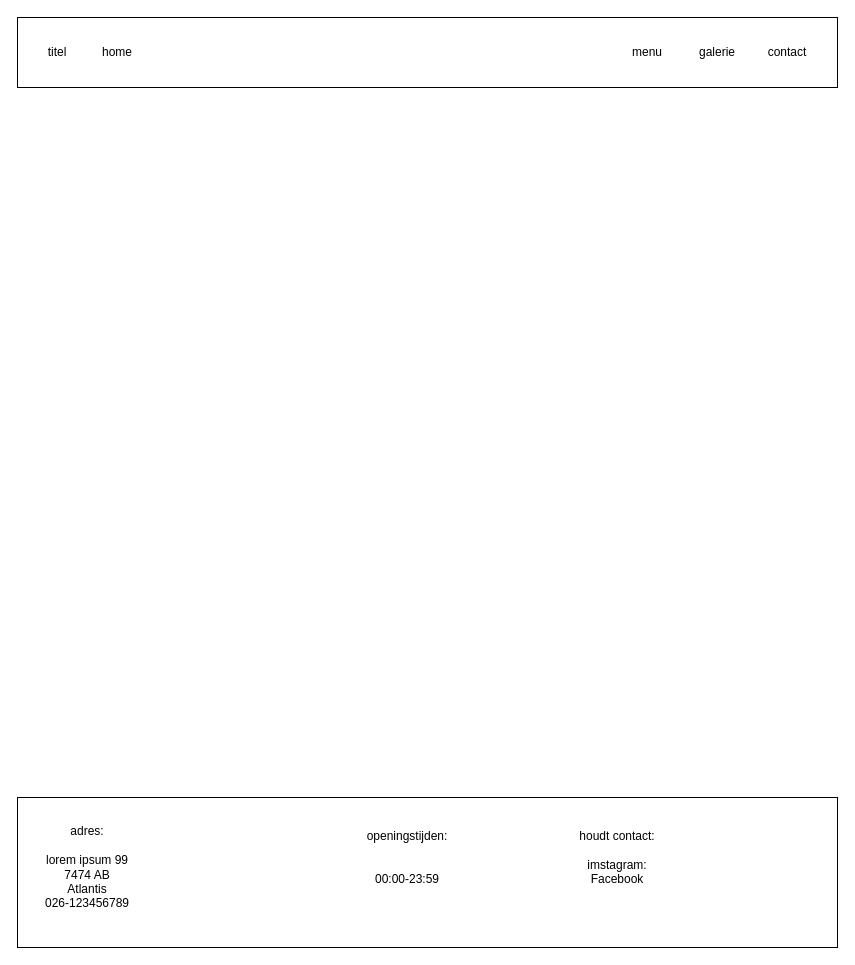
Yonaki51/webapplicatie-1-restaurant-website keeps this draw.io diagram as page "galerie" (3 of 4) of website-design.drawio. Above is the earlier version. Source tidied: cells renumbered, new cells numbered last; positions are measured from the earlier drawing's top-left corner, leaving out a move shared by most shapes. Both pictures are drawn from the tidied source at 100%, with x=0, y=0 at pixel (17, 17).
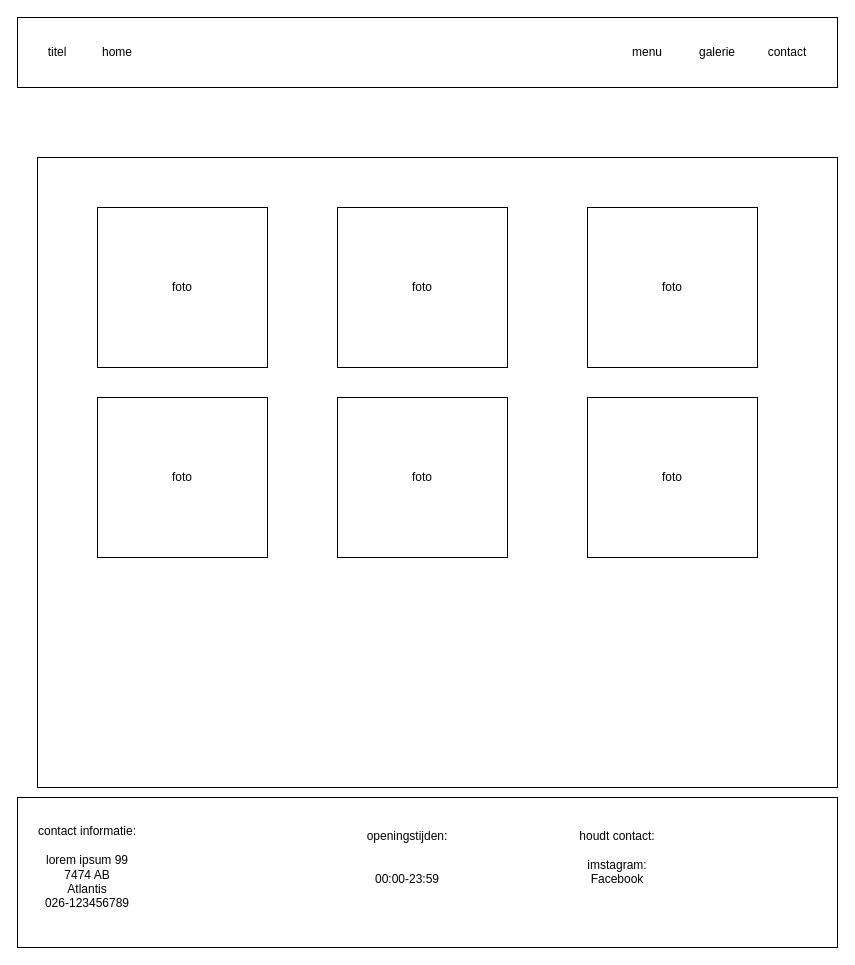
The same page after the edit.

The edit, as a diff of the source:
```diff
@@
 <mxGraphModel>
   <root>
     <mxCell id="0" />
     <mxCell id="1" parent="0" />
     <mxCell id="2" style="rounded=0;whiteSpace=wrap;html=1;" parent="1" vertex="1">
       <mxGeometry width="820" height="70" as="geometry" />
     </mxCell>
     <mxCell id="3" value="home" style="text;html=1;whiteSpace=wrap;strokeColor=none;fillColor=none;align=center;verticalAlign=middle;rounded=0;" parent="1" vertex="1">
       <mxGeometry x="70" y="20" width="60" height="30" as="geometry" />
     </mxCell>
     <mxCell id="4" value="menu" style="text;html=1;whiteSpace=wrap;strokeColor=none;fillColor=none;align=center;verticalAlign=middle;rounded=0;" parent="1" vertex="1">
       <mxGeometry x="600" y="20" width="60" height="30" as="geometry" />
     </mxCell>
     <mxCell id="5" value="galerie" style="text;html=1;whiteSpace=wrap;strokeColor=none;fillColor=none;align=center;verticalAlign=middle;rounded=0;" parent="1" vertex="1">
       <mxGeometry x="670" y="20" width="60" height="30" as="geometry" />
     </mxCell>
     <mxCell id="6" value="contact" style="text;html=1;whiteSpace=wrap;strokeColor=none;fillColor=none;align=center;verticalAlign=middle;rounded=0;" parent="1" vertex="1">
       <mxGeometry x="740" y="20" width="60" height="30" as="geometry" />
     </mxCell>
     <mxCell id="7" value="titel" style="text;html=1;whiteSpace=wrap;strokeColor=none;fillColor=none;align=center;verticalAlign=middle;rounded=0;" parent="1" vertex="1">
       <mxGeometry x="10" y="20" width="60" height="30" as="geometry" />
     </mxCell>
     <mxCell id="8" style="rounded=0;whiteSpace=wrap;html=1;" parent="1" vertex="1">
       <mxGeometry y="780" width="820" height="150" as="geometry" />
     </mxCell>
-    <mxCell id="9" value="adres:&lt;br&gt;&lt;br&gt;lorem ipsum 99&lt;br&gt;7474 AB&lt;br&gt;Atlantis&lt;br&gt;026-123456789" style="text;html=1;align=center;verticalAlign=middle;whiteSpace=wrap;rounded=0;" parent="1" vertex="1">
+    <mxCell id="9" value="contact informatie:&lt;br&gt;&lt;br&gt;lorem ipsum 99&lt;br&gt;7474 AB&lt;br&gt;Atlantis&lt;br&gt;026-123456789" style="text;html=1;align=center;verticalAlign=middle;whiteSpace=wrap;rounded=0;" parent="1" vertex="1">
       <mxGeometry x="10" y="820" width="120" height="60" as="geometry" />
     </mxCell>
     <mxCell id="10" value="openingstijden:&lt;br&gt;&lt;br&gt;&lt;br&gt;00:00-23:59" style="text;html=1;align=center;verticalAlign=middle;whiteSpace=wrap;rounded=0;" parent="1" vertex="1">
       <mxGeometry x="330" y="800" width="120" height="80" as="geometry" />
     </mxCell>
     <mxCell id="11" value="houdt contact:&lt;br&gt;&lt;br&gt;imstagram:&lt;br&gt;Facebook" style="text;html=1;align=center;verticalAlign=middle;whiteSpace=wrap;rounded=0;" parent="1" vertex="1">
       <mxGeometry x="560" y="820" width="80" height="40" as="geometry" />
     </mxCell>
+    <mxCell id="12" style="rounded=0;whiteSpace=wrap;html=1;" parent="1" vertex="1">
+      <mxGeometry x="20" y="140" width="800" height="630" as="geometry" />
+    </mxCell>
+    <mxCell id="13" value="foto" style="rounded=0;whiteSpace=wrap;html=1;" parent="1" vertex="1">
+      <mxGeometry x="80" y="190" width="170" height="160" as="geometry" />
+    </mxCell>
+    <mxCell id="14" value="foto" style="rounded=0;whiteSpace=wrap;html=1;" parent="1" vertex="1">
+      <mxGeometry x="570" y="380" width="170" height="160" as="geometry" />
+    </mxCell>
+    <mxCell id="15" value="foto" style="rounded=0;whiteSpace=wrap;html=1;" parent="1" vertex="1">
+      <mxGeometry x="320" y="380" width="170" height="160" as="geometry" />
+    </mxCell>
+    <mxCell id="16" value="foto" style="rounded=0;whiteSpace=wrap;html=1;" parent="1" vertex="1">
+      <mxGeometry x="80" y="380" width="170" height="160" as="geometry" />
+    </mxCell>
+    <mxCell id="17" value="foto" style="rounded=0;whiteSpace=wrap;html=1;" parent="1" vertex="1">
+      <mxGeometry x="570" y="190" width="170" height="160" as="geometry" />
+    </mxCell>
+    <mxCell id="18" value="foto" style="rounded=0;whiteSpace=wrap;html=1;" parent="1" vertex="1">
+      <mxGeometry x="320" y="190" width="170" height="160" as="geometry" />
+    </mxCell>
   </root>
 </mxGraphModel>
```
